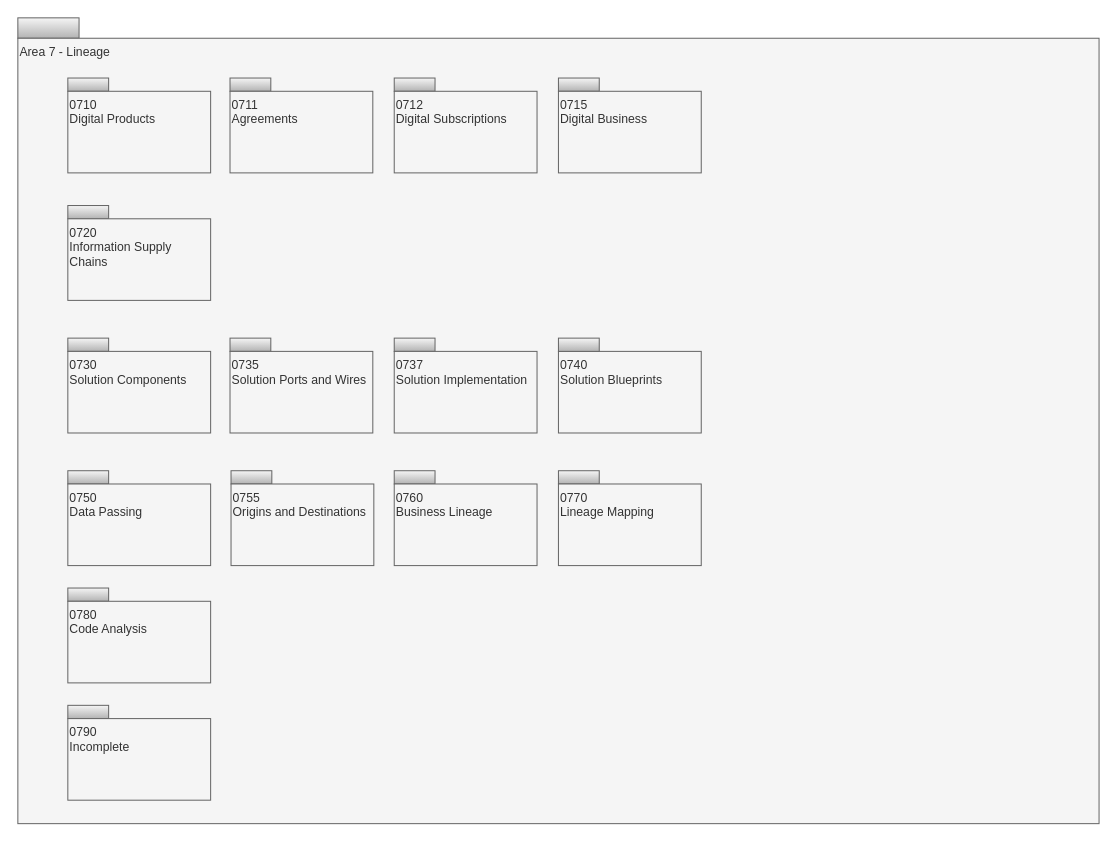
odpi/egeria-docs keeps this draw.io diagram as page "Overview" (1 of 19) of site/docs/types/7/area-7-lineage.drawio. Above is the earlier version. Source tidied: cells renumbered, new cells numbered last; positions are measured from the earlier drawing's top-left corner, leaving out a move shared by most shapes. Both pictures are drawn from the tidied source at 102%, with x=0, y=0 at pixel (17, 17).
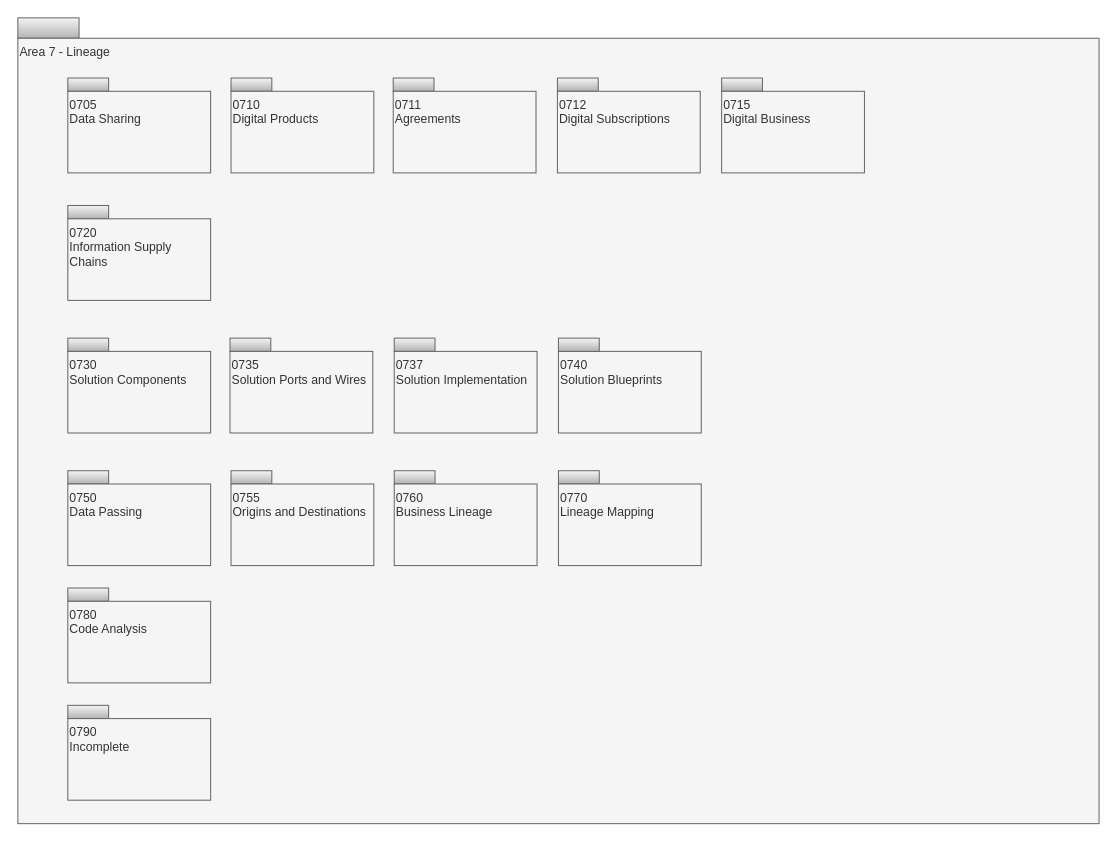
The same page after the edit.

What changed in the source:
```diff
@@
     <mxCell id="4" style="rounded=0;whiteSpace=wrap;html=1;align=left;fillColor=#f5f5f5;strokeColor=#666666;gradientColor=#b3b3b3;" parent="1" vertex="1">
-      <mxGeometry x="49" y="59" width="40" height="13" as="geometry" />
+      <mxGeometry x="209" y="59" width="40" height="13" as="geometry" />
     </mxCell>
     <mxCell id="5" value="0710&lt;br&gt;Digital Products" style="rounded=0;whiteSpace=wrap;html=1;align=left;verticalAlign=top;fillColor=#f5f5f5;fontColor=#333333;strokeColor=#666666;" parent="1" vertex="1">
-      <mxGeometry x="49" y="72" width="140" height="80" as="geometry" />
+      <mxGeometry x="209" y="72" width="140" height="80" as="geometry" />
     </mxCell>
     <mxCell id="6" style="rounded=0;whiteSpace=wrap;html=1;align=left;fillColor=#f5f5f5;strokeColor=#666666;gradientColor=#b3b3b3;" parent="1" vertex="1">
-      <mxGeometry x="208" y="59" width="40" height="13" as="geometry" />
+      <mxGeometry x="368" y="59" width="40" height="13" as="geometry" />
     </mxCell>
     <mxCell id="7" value="0711&lt;br&gt;Agreements" style="rounded=0;whiteSpace=wrap;html=1;align=left;verticalAlign=top;fillColor=#f5f5f5;fontColor=#333333;strokeColor=#666666;" parent="1" vertex="1">
-      <mxGeometry x="208" y="72" width="140" height="80" as="geometry" />
+      <mxGeometry x="368" y="72" width="140" height="80" as="geometry" />
     </mxCell>
@@
     <mxCell id="28" style="rounded=0;whiteSpace=wrap;html=1;align=left;fillColor=#f5f5f5;strokeColor=#666666;gradientColor=#b3b3b3;" parent="1" vertex="1">
-      <mxGeometry x="530" y="59" width="40" height="13" as="geometry" />
+      <mxGeometry x="690" y="59" width="40" height="13" as="geometry" />
     </mxCell>
     <mxCell id="29" value="0715&lt;br&gt;Digital Business" style="rounded=0;whiteSpace=wrap;html=1;align=left;verticalAlign=top;fillColor=#f5f5f5;fontColor=#333333;strokeColor=#666666;" parent="1" vertex="1">
-      <mxGeometry x="530" y="72" width="140" height="80" as="geometry" />
+      <mxGeometry x="690" y="72" width="140" height="80" as="geometry" />
     </mxCell>
@@
     <mxCell id="32" style="rounded=0;whiteSpace=wrap;html=1;align=left;fillColor=#f5f5f5;strokeColor=#666666;gradientColor=#b3b3b3;" parent="1" vertex="1">
-      <mxGeometry x="369" y="59" width="40" height="13" as="geometry" />
+      <mxGeometry x="529" y="59" width="40" height="13" as="geometry" />
     </mxCell>
     <mxCell id="33" value="0712&lt;br&gt;Digital Subscriptions" style="rounded=0;whiteSpace=wrap;html=1;align=left;verticalAlign=top;fillColor=#f5f5f5;fontColor=#333333;strokeColor=#666666;" parent="1" vertex="1">
-      <mxGeometry x="369" y="72" width="140" height="80" as="geometry" />
+      <mxGeometry x="529" y="72" width="140" height="80" as="geometry" />
     </mxCell>
+    <mxCell id="34" style="rounded=0;whiteSpace=wrap;html=1;align=left;fillColor=#f5f5f5;strokeColor=#666666;gradientColor=#b3b3b3;" parent="1" vertex="1">
+      <mxGeometry x="49" y="59" width="40" height="13" as="geometry" />
+    </mxCell>
+    <mxCell id="35" value="0705&lt;br&gt;Data Sharing" style="rounded=0;whiteSpace=wrap;html=1;align=left;verticalAlign=top;fillColor=#f5f5f5;fontColor=#333333;strokeColor=#666666;" parent="1" vertex="1">
+      <mxGeometry x="49" y="72" width="140" height="80" as="geometry" />
+    </mxCell>
```
